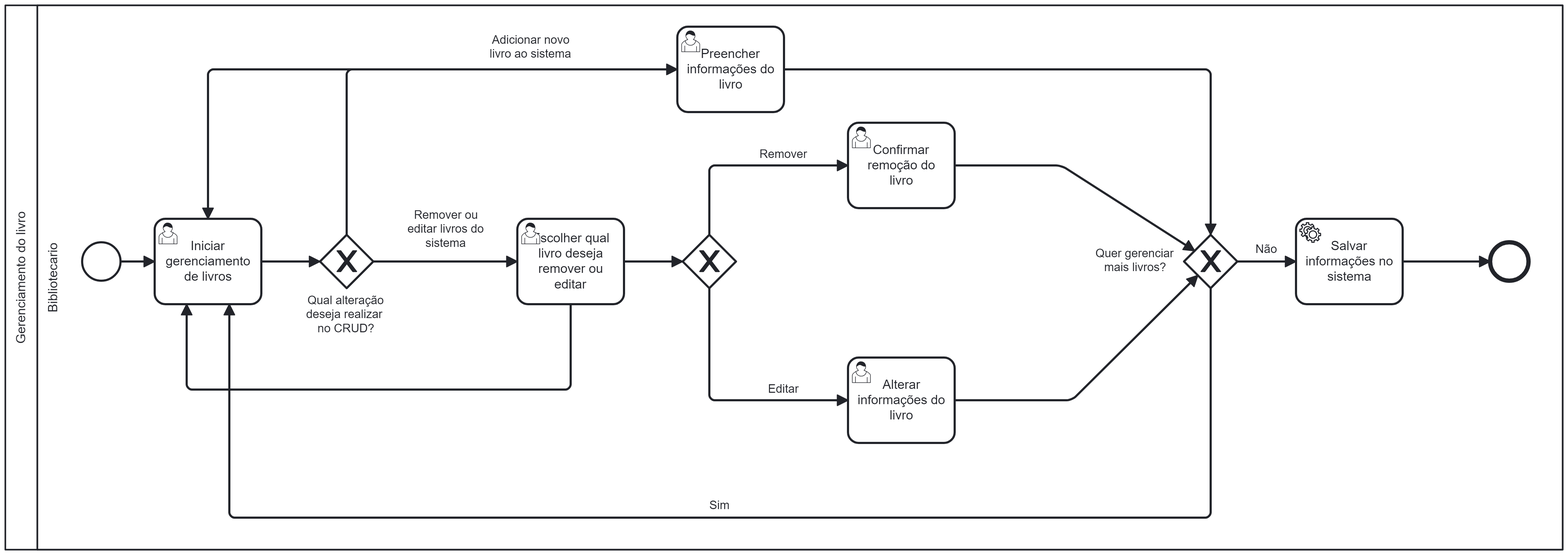
Above: docs/images/processoGL.png in arthurcuri/webook-tis2 (BPMN), before the change. Its source is kept beside it as docs/images/processoGL.bpmn. Ids are renumbered.
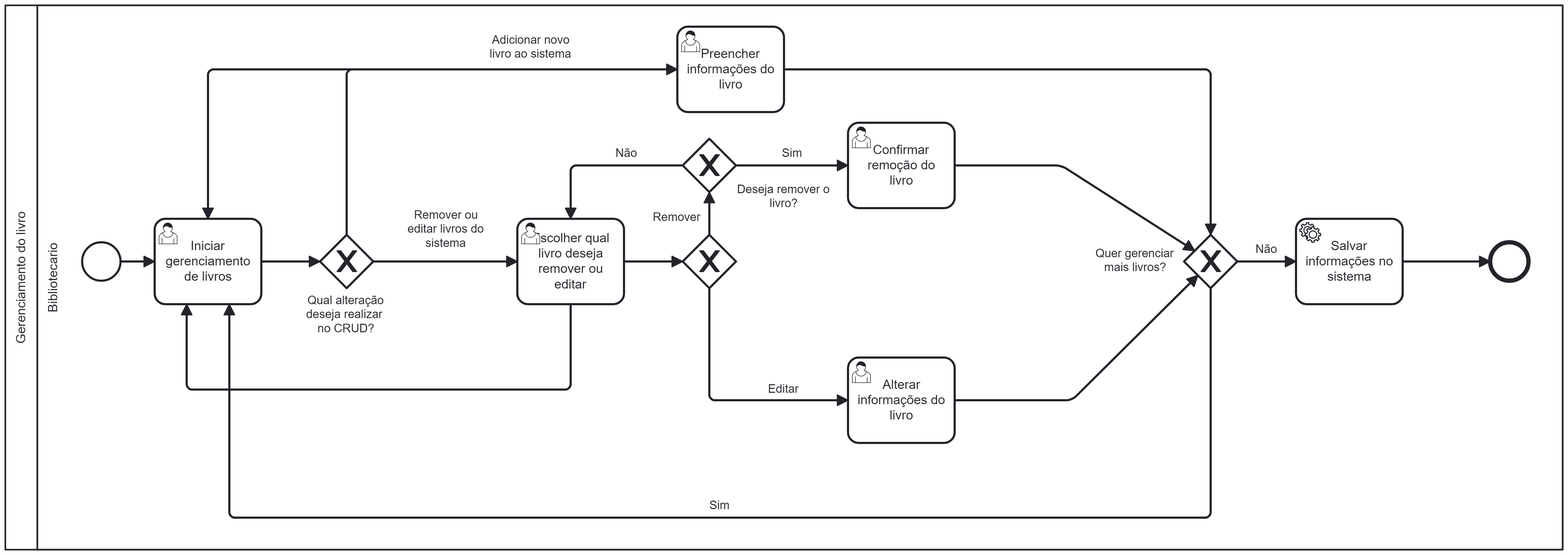
After the commit.

What changed in the source:
```diff
@@ -16,6 +16,7 @@
         <bpmn:flowNodeRef>Gateway_n14</bpmn:flowNodeRef>
         <bpmn:flowNodeRef>Activity_n15</bpmn:flowNodeRef>
         <bpmn:flowNodeRef>Activity_n16</bpmn:flowNodeRef>
+        <bpmn:flowNodeRef>Gateway_n35</bpmn:flowNodeRef>
       </bpmn:lane>
     </bpmn:laneSet>
     <bpmn:sequenceFlow id="Flow_n17" sourceRef="StartEvent_1" targetRef="Activity_n8" />
@@ -33,7 +34,6 @@
     <bpmn:sequenceFlow id="Flow_n25" name="Sim" sourceRef="Gateway_n14" targetRef="Activity_n8" />
     <bpmn:sequenceFlow id="Flow_n26" sourceRef="Activity_n15" targetRef="Gateway_n14" />
     <bpmn:sequenceFlow id="Flow_n27" sourceRef="Activity_n16" targetRef="Gateway_n14" />
-    <bpmn:sequenceFlow id="Flow_n28" name="Remover" sourceRef="Gateway_n11" targetRef="Activity_n15" />
     <bpmn:sequenceFlow id="Flow_n29" name="Editar" sourceRef="Gateway_n11" targetRef="Activity_n16" />
     <bpmn:userTask id="Activity_n8" name="Iniciar gerenciamento de livros">
       <bpmn:incoming>Flow_n17</bpmn:incoming>
@@ -52,13 +52,14 @@
     </bpmn:exclusiveGateway>
     <bpmn:userTask id="Activity_n10" name="Escolher qual livro deseja remover ou editar">
       <bpmn:incoming>Flow_n20</bpmn:incoming>
+      <bpmn:incoming>Flow_n36</bpmn:incoming>
       <bpmn:outgoing>Flow_n31</bpmn:outgoing>
       <bpmn:outgoing>Flow_n30</bpmn:outgoing>
     </bpmn:userTask>
     <bpmn:exclusiveGateway id="Gateway_n11">
       <bpmn:incoming>Flow_n31</bpmn:incoming>
-      <bpmn:outgoing>Flow_n28</bpmn:outgoing>
       <bpmn:outgoing>Flow_n29</bpmn:outgoing>
+      <bpmn:outgoing>Flow_n37</bpmn:outgoing>
     </bpmn:exclusiveGateway>
     <bpmn:serviceTask id="Activity_n12" name="Salvar informações no sistema">
       <bpmn:incoming>Flow_n24</bpmn:incoming>
@@ -76,7 +77,7 @@
     </bpmn:exclusiveGateway>
     <bpmn:sequenceFlow id="Flow_n31" sourceRef="Activity_n10" targetRef="Gateway_n11" />
     <bpmn:userTask id="Activity_n15" name="Confirmar remoção do livro">
-      <bpmn:incoming>Flow_n28</bpmn:incoming>
+      <bpmn:incoming>Flow_n38</bpmn:incoming>
       <bpmn:outgoing>Flow_n26</bpmn:outgoing>
     </bpmn:userTask>
     <bpmn:userTask id="Activity_n16" name="Alterar informações do livro">
@@ -85,6 +86,14 @@
     </bpmn:userTask>
     <bpmn:sequenceFlow id="Flow_n30" sourceRef="Activity_n10" targetRef="Activity_n8" />
     <bpmn:sequenceFlow id="Flow_n23" name="" sourceRef="Activity_n7" targetRef="Activity_n8" />
+    <bpmn:exclusiveGateway id="Gateway_n35" name="Deseja remover o livro?">
+      <bpmn:incoming>Flow_n37</bpmn:incoming>
+      <bpmn:outgoing>Flow_n38</bpmn:outgoing>
+      <bpmn:outgoing>Flow_n36</bpmn:outgoing>
+    </bpmn:exclusiveGateway>
+    <bpmn:sequenceFlow id="Flow_n37" name="Remover" sourceRef="Gateway_n11" targetRef="Gateway_n35" />
+    <bpmn:sequenceFlow id="Flow_n38" name="Sim" sourceRef="Gateway_n35" targetRef="Activity_n15" />
+    <bpmn:sequenceFlow id="Flow_n36" name="Não" sourceRef="Gateway_n35" targetRef="Activity_n10" />
   </bpmn:process>
   <bpmndi:BPMNDiagram id="BPMNDiagram_1">
     <bpmndi:BPMNPlane id="BPMNPlane_1" bpmnElement="Collaboration_n2">
@@ -134,10 +143,17 @@
       </bpmndi:BPMNShape>
       <bpmndi:BPMNShape id="Activity_1uo338i_di" bpmnElement="Activity_n15">
         <dc:Bounds x="980" y="210" width="100" height="80" />
+        <bpmndi:BPMNLabel />
       </bpmndi:BPMNShape>
       <bpmndi:BPMNShape id="Activity_0bohf9l_di" bpmnElement="Activity_n16">
         <dc:Bounds x="980" y="430" width="100" height="80" />
         <bpmndi:BPMNLabel />
+      </bpmndi:BPMNShape>
+      <bpmndi:BPMNShape id="Gateway_n35_di" bpmnElement="Gateway_n35" isMarkerVisible="true">
+        <dc:Bounds x="825" y="225" width="50" height="50" />
+        <bpmndi:BPMNLabel>
+          <dc:Bounds x="876" y="266" width="88" height="27" />
+        </bpmndi:BPMNLabel>
       </bpmndi:BPMNShape>
       <bpmndi:BPMNEdge id="Flow_n17_di" bpmnElement="Flow_n17">
         <di:waypoint x="298" y="340" />
@@ -197,14 +213,6 @@
         <di:waypoint x="1190" y="470" />
         <di:waypoint x="1308" y="353" />
       </bpmndi:BPMNEdge>
-      <bpmndi:BPMNEdge id="Flow_n28_di" bpmnElement="Flow_n28">
-        <di:waypoint x="850" y="315" />
-        <di:waypoint x="850" y="250" />
-        <di:waypoint x="980" y="250" />
-        <bpmndi:BPMNLabel>
-          <dc:Bounds x="897" y="233" width="46" height="14" />
-        </bpmndi:BPMNLabel>
-      </bpmndi:BPMNEdge>
       <bpmndi:BPMNEdge id="Flow_n29_di" bpmnElement="Flow_n29">
         <di:waypoint x="850" y="365" />
         <di:waypoint x="850" y="470" />
@@ -228,6 +236,28 @@
         <di:waypoint x="380" y="160" />
         <di:waypoint x="380" y="300" />
       </bpmndi:BPMNEdge>
+      <bpmndi:BPMNEdge id="Flow_n37_di" bpmnElement="Flow_n37">
+        <di:waypoint x="850" y="315" />
+        <di:waypoint x="850" y="275" />
+        <bpmndi:BPMNLabel>
+          <dc:Bounds x="797" y="292" width="46" height="14" />
+        </bpmndi:BPMNLabel>
+      </bpmndi:BPMNEdge>
+      <bpmndi:BPMNEdge id="Flow_n38_di" bpmnElement="Flow_n38">
+        <di:waypoint x="875" y="250" />
+        <di:waypoint x="980" y="250" />
+        <bpmndi:BPMNLabel>
+          <dc:Bounds x="918" y="232" width="20" height="14" />
+        </bpmndi:BPMNLabel>
+      </bpmndi:BPMNEdge>
+      <bpmndi:BPMNEdge id="Flow_n36_di" bpmnElement="Flow_n36">
+        <di:waypoint x="825" y="250" />
+        <di:waypoint x="720" y="250" />
+        <di:waypoint x="720" y="300" />
+        <bpmndi:BPMNLabel>
+          <dc:Bounds x="762" y="232" width="21" height="14" />
+        </bpmndi:BPMNLabel>
+      </bpmndi:BPMNEdge>
     </bpmndi:BPMNPlane>
   </bpmndi:BPMNDiagram>
 </bpmn:definitions>
```
